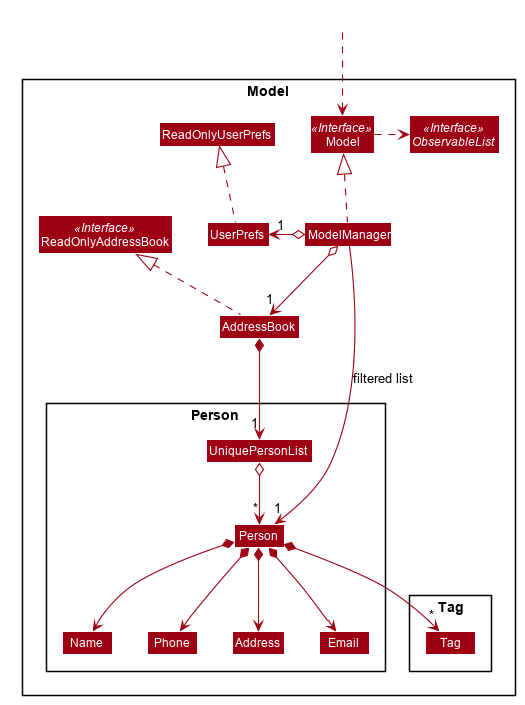
The PlantUML diagram docs/images/ModelClassDiagram.png in nus-cs2103-AY1920S2/addressbook-level3, before a commit.
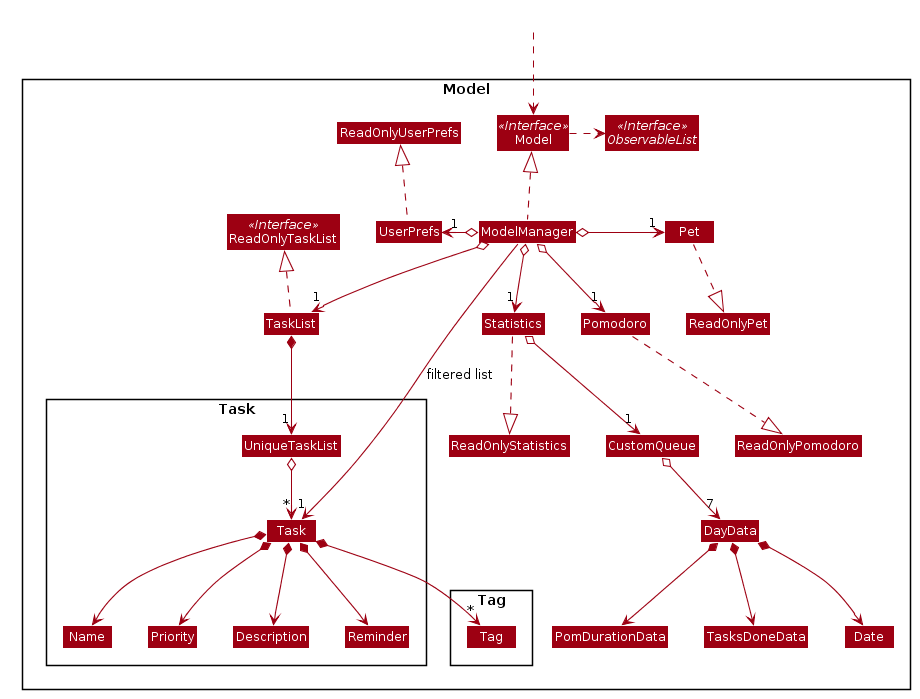
Later version of the same file.

Diff of the diagram source:
```diff
@@ -47,28 +47,40 @@
 hide footbox
 hide members
 hide circle
+
 skinparam arrowThickness 1.1
 skinparam arrowColor #9D0012
 skinparam classBackgroundColor #9D0012
 
 Package Model <<Rectangle>>{
-Interface ReadOnlyAddressBook <<Interface>>
+Interface ReadOnlyTaskList <<Interface>>
 Interface Model <<Interface>>
 Interface ObservableList <<Interface>>
-Class AddressBook
-Class ReadOnlyAddressBook
+Class TaskList
+Class ReadOnlyTaskList
+Class ReadOnlyPet
+Class ReadOnlyStatistics
+Class ReadOnlyPomodoro
 Class Model
 Class ModelManager
 Class UserPrefs
 Class ReadOnlyUserPrefs
+Class Pet
+Class Pomodoro
+Class Statistics
+Class CustomQueue
+Class DayData
+Class Date
+Class PomDurationData
+Class TasksDoneData
 
-Package Person {
-Class Person
-Class Address
-Class Email
+Package Task {
+Class Task
+Class Description
+Class Reminder
 Class Name
-Class Phone
-Class UniquePersonList
+Class Priority
+Class UniqueTaskList
 }
 
 Package Tag {
@@ -79,25 +91,39 @@
 Class HiddenOutside #FFFFFF
 HiddenOutside ..> Model
 
-AddressBook .up.|> ReadOnlyAddressBook
+TaskList .up.|> ReadOnlyTaskList
 
 ModelManager .up.|> Model
 Model .right.> ObservableList
-ModelManager o--> "1" AddressBook
+ModelManager o--> "1" TaskList
+ModelManager o-right-> "1" Pet
+ModelManager o--> "1" Pomodoro
+ModelManager o--> "1" Statistics
 ModelManager o-left-> "1" UserPrefs
 UserPrefs .up.|> ReadOnlyUserPrefs
 
-AddressBook *--> "1" UniquePersonList
-UniquePersonList o--> "*" Person
-Person *--> Name
-Person *--> Phone
-Person *--> Email
-Person *--> Address
-Person *--> "*" Tag
+Pet ..|> ReadOnlyPet
+Pomodoro ..|> ReadOnlyPomodoro
+Statistics ..|> ReadOnlyStatistics
 
-Name -[hidden]right-> Phone
-Phone -[hidden]right-> Address
-Address -[hidden]right-> Email
+Statistics o--> "1" CustomQueue
+CustomQueue o--> "7" DayData
+DayData *--> Date
+DayData *--> PomDurationData
+DayData *--> TasksDoneData
 
-ModelManager -->"1" Person : filtered list
+
+TaskList *--> "1" UniqueTaskList
+UniqueTaskList o--> "*" Task
+Task *--> Name
+Task *--> Priority
+Task *--> Reminder
+Task *--> Description
+Task *--> "*" Tag
+
+Name -[hidden]right-> Priority
+Priority -[hidden]right-> Description
+Description -[hidden]right-> Reminder
+
+ModelManager -->"1" Task : filtered list
 @enduml
```
